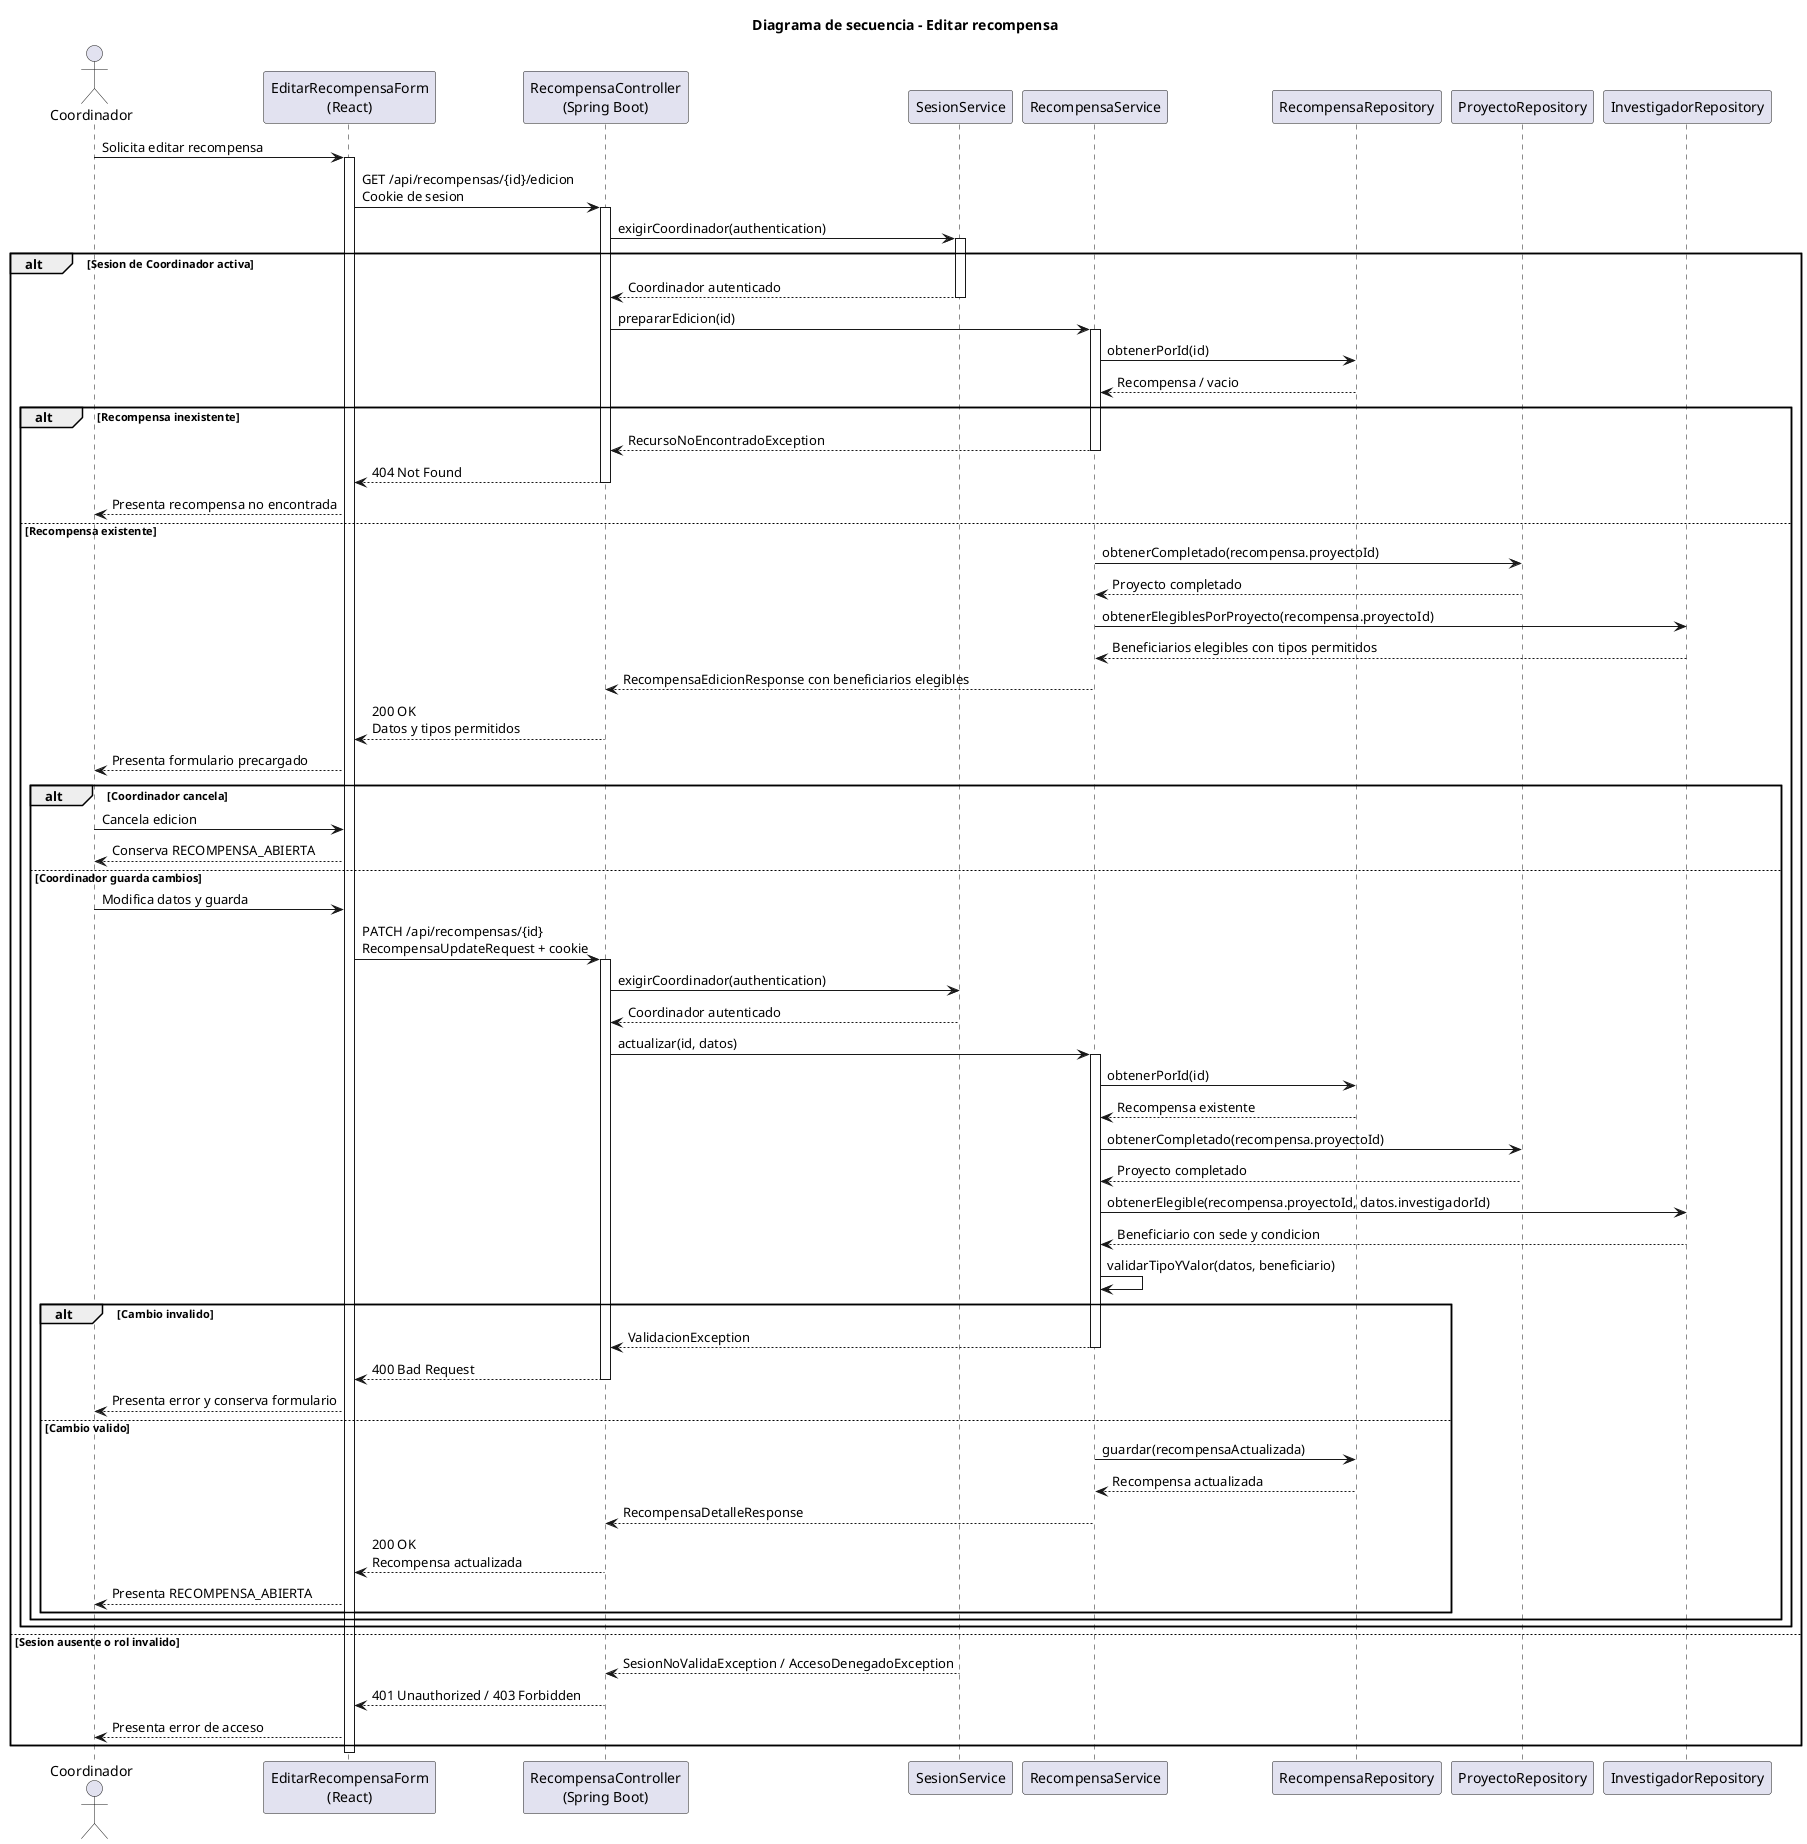
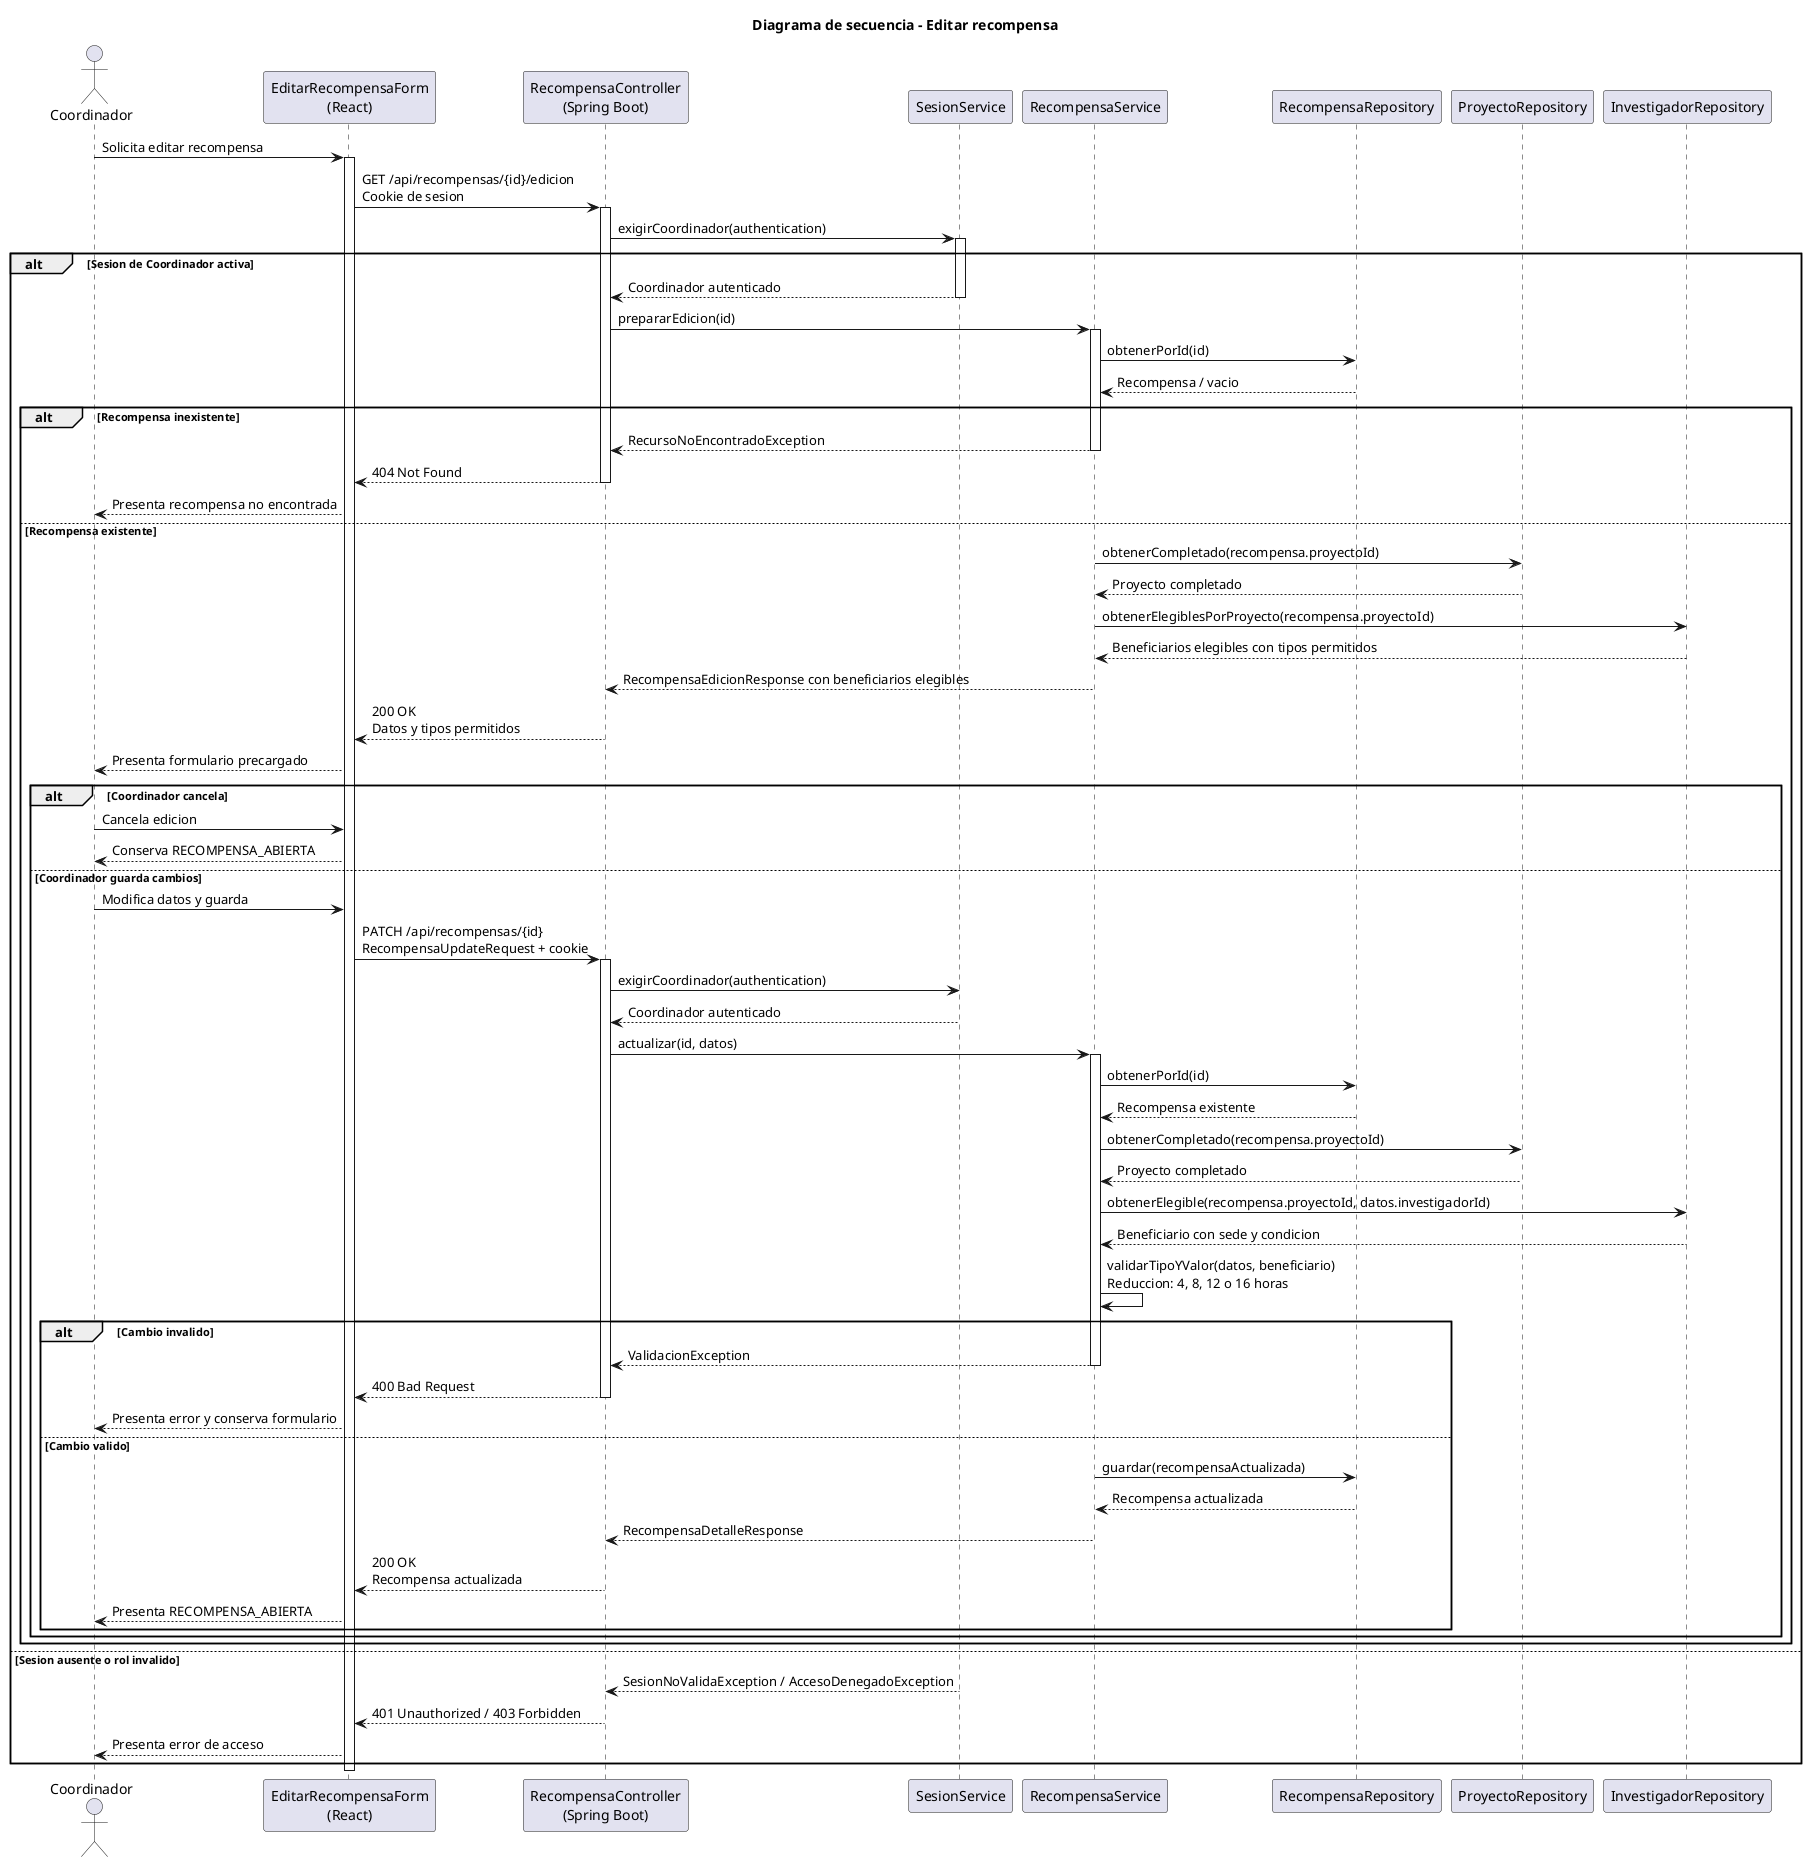
@startuml editarRecompensa-coordinador-diseno
title Diagrama de secuencia - Editar recompensa

actor Coordinador
participant "EditarRecompensaForm\n(React)" as Frontend
participant "RecompensaController\n(Spring Boot)" as Api
participant "SesionService" as Sesion
participant "RecompensaService" as Service
participant "RecompensaRepository" as Repo
participant "ProyectoRepository" as ProyectoRepo
participant "InvestigadorRepository" as InvestigadorRepo

Coordinador -> Frontend: Solicita editar recompensa
activate Frontend
Frontend -> Api: GET /api/recompensas/{id}/edicion\nCookie de sesion
activate Api
Api -> Sesion: exigirCoordinador(authentication)
activate Sesion
alt Sesion de Coordinador activa
    Sesion --> Api: Coordinador autenticado
    deactivate Sesion
    Api -> Service: prepararEdicion(id)
    activate Service
    Service -> Repo: obtenerPorId(id)
    Repo --> Service: Recompensa / vacio
    alt Recompensa inexistente
        Service --> Api: RecursoNoEncontradoException
        deactivate Service
        Api --> Frontend: 404 Not Found
        deactivate Api
        Frontend --> Coordinador: Presenta recompensa no encontrada
    else Recompensa existente
        Service -> ProyectoRepo: obtenerCompletado(recompensa.proyectoId)
        ProyectoRepo --> Service: Proyecto completado
        Service -> InvestigadorRepo: obtenerElegiblesPorProyecto(recompensa.proyectoId)
        InvestigadorRepo --> Service: Beneficiarios elegibles con tipos permitidos
        Service --> Api: RecompensaEdicionResponse con beneficiarios elegibles
        deactivate Service
        Api --> Frontend: 200 OK\nDatos y tipos permitidos
        deactivate Api
        Frontend --> Coordinador: Presenta formulario precargado

        alt Coordinador cancela
            Coordinador -> Frontend: Cancela edicion
            Frontend --> Coordinador: Conserva RECOMPENSA_ABIERTA
        else Coordinador guarda cambios
            Coordinador -> Frontend: Modifica datos y guarda
            Frontend -> Api: PATCH /api/recompensas/{id}\nRecompensaUpdateRequest + cookie
            activate Api
            Api -> Sesion: exigirCoordinador(authentication)
            Sesion --> Api: Coordinador autenticado
            Api -> Service: actualizar(id, datos)
            activate Service
            Service -> Repo: obtenerPorId(id)
            Repo --> Service: Recompensa existente
            Service -> ProyectoRepo: obtenerCompletado(recompensa.proyectoId)
            ProyectoRepo --> Service: Proyecto completado
            Service -> InvestigadorRepo: obtenerElegible(recompensa.proyectoId, datos.investigadorId)
            InvestigadorRepo --> Service: Beneficiario con sede y condicion
-             Service -> Service: validarTipoYValor(datos, beneficiario)
+             Service -> Service: validarTipoYValor(datos, beneficiario)\nReduccion: 4, 8, 12 o 16 horas
            alt Cambio invalido
                Service --> Api: ValidacionException
                deactivate Service
                Api --> Frontend: 400 Bad Request
                deactivate Api
                Frontend --> Coordinador: Presenta error y conserva formulario
            else Cambio valido
                Service -> Repo: guardar(recompensaActualizada)
                Repo --> Service: Recompensa actualizada
                Service --> Api: RecompensaDetalleResponse
                deactivate Service
                Api --> Frontend: 200 OK\nRecompensa actualizada
                deactivate Api
                Frontend --> Coordinador: Presenta RECOMPENSA_ABIERTA
            end
        end
    end
else Sesion ausente o rol invalido
    Sesion --> Api: SesionNoValidaException / AccesoDenegadoException
    deactivate Sesion
    Api --> Frontend: 401 Unauthorized / 403 Forbidden
    deactivate Api
    Frontend --> Coordinador: Presenta error de acceso
end
deactivate Frontend
@enduml
